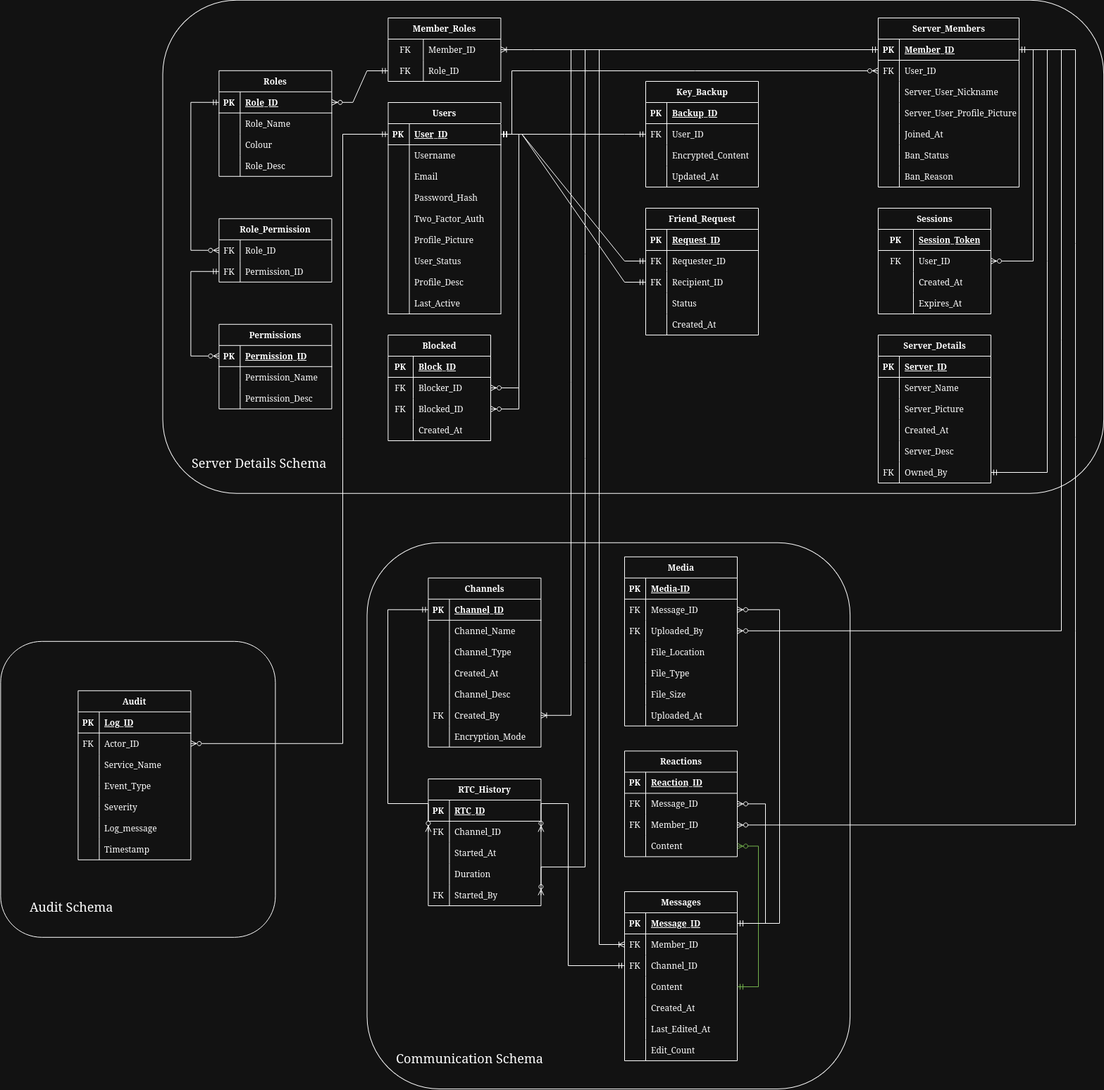
This is Design/Architecture/Images/BackendERDiagram.png from Mx-Angel/ConnText-Docs, a draw.io export, as it was before one commit. Source tidied: cells renumbered, new cells last; positions are measured from the earlier drawing's top-left corner, leaving out a move shared by most shapes.
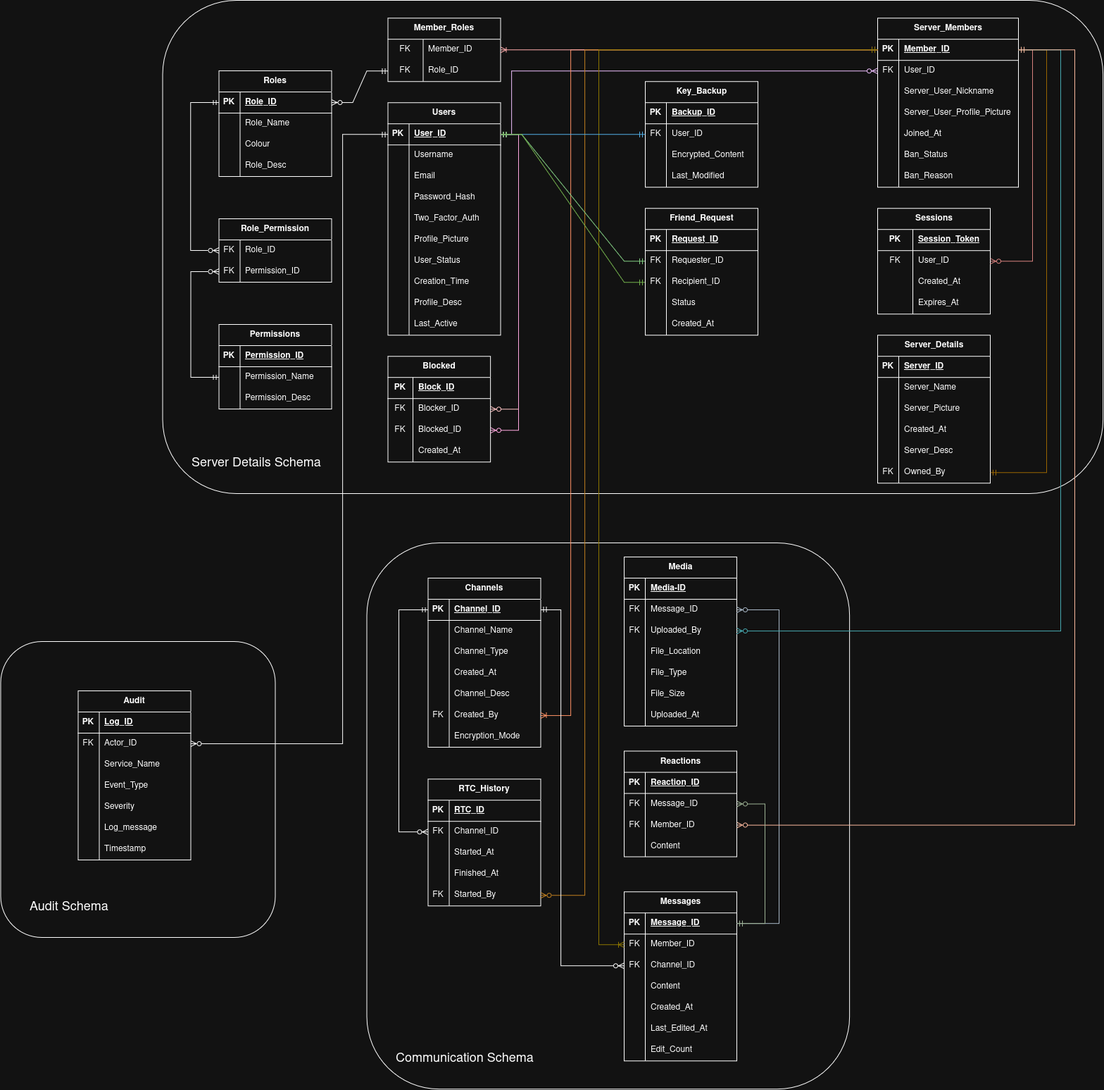
Later version of the same file.

Diff of the diagram source:
```diff
@@ -11,3 +11,3 @@
     <mxCell id="4" value="Users" style="shape=table;startSize=30;rowLines=0;fontStyle=1;align=center;html=1;" parent="1" vertex="1">
-      <mxGeometry x="550.4" y="145" width="160" height="300" as="geometry" />
+      <mxGeometry x="550.4" y="145" width="160" height="330" as="geometry" />
     </mxCell>
@@ -76,4 +76,13 @@
     </mxCell>
+    <mxCell id="306" style="shape=tableRow;horizontal=0;startSize=0;swimlaneHead=0;swimlaneBody=0;fillColor=none;top=0;left=0;right=0;bottom=0;" parent="4" vertex="1">
+      <mxGeometry y="240" width="160" height="30" as="geometry" />
+    </mxCell>
+    <mxCell id="307" style="shape=partialRectangle;fillColor=none;top=0;left=0;bottom=0;right=0;overflow=hidden;whiteSpace=wrap;html=1;" parent="306" vertex="1">
+      <mxGeometry width="30" height="30" as="geometry" />
+    </mxCell>
+    <mxCell id="308" value="Creation_Time" style="shape=partialRectangle;fillColor=none;top=0;left=0;bottom=0;right=0;align=left;spacingLeft=6;overflow=hidden;whiteSpace=wrap;html=1;" parent="306" vertex="1">
+      <mxGeometry x="30" width="130" height="30" as="geometry" />
+    </mxCell>
     <mxCell id="26" style="shape=tableRow;horizontal=0;startSize=0;swimlaneHead=0;swimlaneBody=0;fillColor=none;top=0;left=0;right=0;bottom=0;" parent="4" vertex="1">
-      <mxGeometry y="240" width="160" height="30" as="geometry" />
+      <mxGeometry y="270" width="160" height="30" as="geometry" />
     </mxCell>
@@ -86,3 +95,3 @@
     <mxCell id="29" style="shape=tableRow;horizontal=0;startSize=0;swimlaneHead=0;swimlaneBody=0;fillColor=none;top=0;left=0;right=0;bottom=0;" parent="4" vertex="1">
-      <mxGeometry y="270" width="160" height="30" as="geometry" />
+      <mxGeometry y="300" width="160" height="30" as="geometry" />
     </mxCell>
@@ -160,3 +169,3 @@
     </mxCell>
-    <mxCell id="54" style="edgeStyle=orthogonalEdgeStyle;fontSize=12;html=1;endArrow=ERzeroToMany;startArrow=ERmandOne;rounded=0;exitX=1;exitY=0.5;exitDx=0;exitDy=0;entryX=0;entryY=0.5;entryDx=0;entryDy=0;" parent="1" edge="1" source="5" target="36">
+    <mxCell id="54" style="edgeStyle=orthogonalEdgeStyle;fontSize=12;html=1;endArrow=ERzeroToMany;startArrow=ERmandOne;rounded=0;exitX=1;exitY=0.5;exitDx=0;exitDy=0;entryX=0;entryY=0.5;entryDx=0;entryDy=0;fillColor=#6a00ff;strokeColor=#3700CC;" parent="1" edge="1" source="5" target="36">
       <mxGeometry relative="1" as="geometry">
@@ -225,3 +234,3 @@
     </mxCell>
-    <mxCell id="74" style="edgeStyle=orthogonalEdgeStyle;fontSize=12;html=1;endArrow=ERmandOne;startArrow=ERmandOne;rounded=0;entryX=1;entryY=0.5;entryDx=0;entryDy=0;exitX=1;exitY=0.5;exitDx=0;exitDy=0;" parent="1" edge="1" source="33" target="71">
+    <mxCell id="74" style="edgeStyle=orthogonalEdgeStyle;fontSize=12;html=1;endArrow=ERmandOne;startArrow=ERmandOne;rounded=0;entryX=1;entryY=0.5;entryDx=0;entryDy=0;exitX=1;exitY=0.5;exitDx=0;exitDy=0;fillColor=#ffcd28;strokeColor=#d79b00;gradientColor=#ffa500;" parent="1" edge="1" source="33" target="71">
       <mxGeometry relative="1" as="geometry">
@@ -272,3 +281,3 @@
     </mxCell>
-    <mxCell id="88" style="edgeStyle=orthogonalEdgeStyle;fontSize=12;html=1;endArrow=ERzeroToMany;startArrow=ERmandOne;rounded=0;exitX=1;exitY=0.5;exitDx=0;exitDy=0;entryX=1;entryY=0.5;entryDx=0;entryDy=0;" parent="1" edge="1" source="33" target="79">
+    <mxCell id="88" style="edgeStyle=orthogonalEdgeStyle;fontSize=12;html=1;endArrow=ERzeroToMany;startArrow=ERmandOne;rounded=0;exitX=1;exitY=0.5;exitDx=0;exitDy=0;entryX=1;entryY=0.5;entryDx=0;entryDy=0;fillColor=#f8cecc;gradientColor=#ea6b66;strokeColor=#b85450;" parent="1" edge="1" source="33" target="79">
       <mxGeometry relative="1" as="geometry">
@@ -346,3 +355,3 @@
     </mxCell>
-    <mxCell id="111" style="edgeStyle=orthogonalEdgeStyle;fontSize=12;html=1;endArrow=ERoneToMany;startArrow=ERmandOne;rounded=0;entryX=1;entryY=0.5;entryDx=0;entryDy=0;exitX=0;exitY=0.5;exitDx=0;exitDy=0;endFill=0;" parent="1" edge="1" source="33" target="105">
+    <mxCell id="111" style="edgeStyle=orthogonalEdgeStyle;fontSize=12;html=1;endArrow=ERoneToMany;startArrow=ERmandOne;rounded=0;entryX=1;entryY=0.5;entryDx=0;entryDy=0;exitX=0;exitY=0.5;exitDx=0;exitDy=0;endFill=0;fillColor=#fa6800;strokeColor=#C73500;" parent="1" edge="1" source="33" target="105">
       <mxGeometry relative="1" as="geometry">
@@ -465,3 +474,3 @@
     </mxCell>
-    <mxCell id="149" style="edgeStyle=orthogonalEdgeStyle;fontSize=12;html=1;endArrow=ERoneToMany;startArrow=ERmandOne;rounded=0;exitX=0;exitY=0.5;exitDx=0;exitDy=0;entryX=1;entryY=0.5;entryDx=0;entryDy=0;endFill=0;" parent="1" edge="1" source="33" target="136">
+    <mxCell id="149" style="edgeStyle=orthogonalEdgeStyle;fontSize=12;html=1;endArrow=ERoneToMany;startArrow=ERmandOne;rounded=0;exitX=0;exitY=0.5;exitDx=0;exitDy=0;entryX=1;entryY=0.5;entryDx=0;entryDy=0;endFill=0;fillColor=#e51400;strokeColor=#B20000;" parent="1" edge="1" source="33" target="136">
       <mxGeometry relative="1" as="geometry">
@@ -484,10 +493,2 @@
     </mxCell>
-    <mxCell id="152" style="edgeStyle=orthogonalEdgeStyle;fontSize=12;html=1;endArrow=ERzeroToMany;startArrow=ERmandOne;rounded=0;entryX=0;entryY=0.5;entryDx=0;entryDy=0;exitX=0;exitY=0.5;exitDx=0;exitDy=0;endFill=0;" parent="1" edge="1" source="146" target="126">
-      <mxGeometry relative="1" as="geometry">
-        <Array as="points">
-          <mxPoint x="270.4" y="384.8" />
-          <mxPoint x="270.4" y="504.8" />
-        </Array>
-      </mxGeometry>
-    </mxCell>
     <mxCell id="153" value="RTC_History" style="shape=table;startSize=30;rowLines=0;fontStyle=1;align=center;html=1;" parent="1" vertex="1">
@@ -528,3 +529,3 @@
     </mxCell>
-    <mxCell id="165" value="Duration" style="shape=partialRectangle;fillColor=none;top=0;left=0;bottom=0;right=0;align=left;spacingLeft=6;overflow=hidden;whiteSpace=wrap;html=1;" parent="163" vertex="1">
+    <mxCell id="165" value="Finished_At" style="shape=partialRectangle;fillColor=none;top=0;left=0;bottom=0;right=0;align=left;spacingLeft=6;overflow=hidden;whiteSpace=wrap;html=1;" parent="163" vertex="1">
       <mxGeometry x="30" width="130" height="30" as="geometry" />
@@ -543,4 +544,4 @@
         <Array as="points">
-          <mxPoint x="550" y="865" />
-          <mxPoint x="550" y="1140" />
+          <mxPoint x="566" y="864.9" />
+          <mxPoint x="566" y="1180.1" />
         </Array>
@@ -548,3 +549,3 @@
     </mxCell>
-    <mxCell id="170" style="edgeStyle=orthogonalEdgeStyle;fontSize=12;html=1;endArrow=ERzeroToMany;startArrow=ERmandOne;rounded=0;entryX=1;entryY=0.5;entryDx=0;entryDy=0;exitX=0;exitY=0.5;exitDx=0;exitDy=0;endFill=0;" parent="1" edge="1" source="33" target="166">
+    <mxCell id="170" style="edgeStyle=orthogonalEdgeStyle;fontSize=12;html=1;endArrow=ERzeroToMany;startArrow=ERmandOne;rounded=0;entryX=1;entryY=0.5;entryDx=0;entryDy=0;exitX=0;exitY=0.5;exitDx=0;exitDy=0;endFill=0;fillColor=#f0a30a;strokeColor=#BD7000;" parent="1" edge="1" source="33" target="166">
       <mxGeometry relative="1" as="geometry">
@@ -552,3 +553,3 @@
           <mxPoint x="830" y="70" />
-          <mxPoint x="830" y="1230" />
+          <mxPoint x="830" y="1270" />
         </Array>
@@ -622,3 +623,3 @@
     </mxCell>
-    <mxCell id="193" style="edgeStyle=orthogonalEdgeStyle;fontSize=12;html=1;endArrow=ERoneToMany;startArrow=ERmandOne;rounded=0;entryX=0;entryY=0.5;entryDx=0;entryDy=0;exitX=0;exitY=0.5;exitDx=0;exitDy=0;endFill=0;" parent="1" edge="1" source="33" target="175">
+    <mxCell id="193" style="edgeStyle=orthogonalEdgeStyle;fontSize=12;html=1;endArrow=ERoneToMany;startArrow=ERmandOne;rounded=0;entryX=0;entryY=0.5;entryDx=0;entryDy=0;exitX=0;exitY=0.5;exitDx=0;exitDy=0;endFill=0;fillColor=#e3c800;strokeColor=#B09500;" parent="1" edge="1" source="33" target="175">
       <mxGeometry relative="1" as="geometry">
@@ -630,7 +631,7 @@
     </mxCell>
-    <mxCell id="194" style="edgeStyle=orthogonalEdgeStyle;rounded=0;jettySize=auto;html=1;entryX=1;entryY=0.5;entryDx=0;entryDy=0;startArrow=ERmandOne;startFill=0;endArrow=ERzeroToMany;endFill=0;exitX=0;exitY=0.5;exitDx=0;exitDy=0;" parent="1" edge="1" source="178" target="157">
+    <mxCell id="194" style="edgeStyle=orthogonalEdgeStyle;rounded=0;jettySize=auto;html=1;entryX=0;entryY=0.5;entryDx=0;entryDy=0;startArrow=ERmandOne;startFill=0;endArrow=ERzeroToMany;endFill=0;exitX=1;exitY=0.5;exitDx=0;exitDy=0;" parent="1" edge="1" source="90" target="178">
       <mxGeometry relative="1" as="geometry">
         <Array as="points">
-          <mxPoint x="806" y="1370" />
-          <mxPoint x="806" y="1140" />
+          <mxPoint x="796" y="864.8" />
+          <mxPoint x="796" y="1370" />
         </Array>
@@ -704,3 +705,3 @@
     </mxCell>
-    <mxCell id="217" style="edgeStyle=orthogonalEdgeStyle;rounded=0;jettySize=auto;html=1;exitX=1;exitY=0.5;exitDx=0;exitDy=0;entryX=1;entryY=0.5;entryDx=0;entryDy=0;endArrow=ERzeroToMany;endFill=0;startArrow=ERmandOne;startFill=0;" parent="1" edge="1" source="172" target="199">
+    <mxCell id="217" style="edgeStyle=orthogonalEdgeStyle;rounded=0;jettySize=auto;html=1;exitX=1;exitY=0.5;exitDx=0;exitDy=0;entryX=1;entryY=0.5;entryDx=0;entryDy=0;endArrow=ERzeroToMany;endFill=0;startArrow=ERmandOne;startFill=0;fillColor=#647687;strokeColor=#314354;" parent="1" edge="1" source="172" target="199">
       <mxGeometry relative="1" as="geometry">
@@ -712,3 +713,3 @@
     </mxCell>
-    <mxCell id="218" style="edgeStyle=orthogonalEdgeStyle;rounded=0;jettySize=auto;html=1;exitX=1;exitY=0.5;exitDx=0;exitDy=0;entryX=1;entryY=0.5;entryDx=0;entryDy=0;endArrow=ERzeroToMany;endFill=0;startArrow=ERmandOne;startFill=0;" parent="1" edge="1" source="33" target="202">
+    <mxCell id="218" style="edgeStyle=orthogonalEdgeStyle;rounded=0;jettySize=auto;html=1;exitX=1;exitY=0.5;exitDx=0;exitDy=0;entryX=1;entryY=0.5;entryDx=0;entryDy=0;endArrow=ERzeroToMany;endFill=0;startArrow=ERmandOne;startFill=0;fillColor=#b0e3e6;strokeColor=#0e8088;" parent="1" edge="1" source="33" target="202">
       <mxGeometry relative="1" as="geometry">
@@ -836,11 +837,3 @@
     </mxCell>
-    <mxCell id="256" style="edgeStyle=orthogonalEdgeStyle;rounded=0;jettySize=auto;html=1;exitX=1;exitY=0.5;exitDx=0;exitDy=0;entryX=1;entryY=0.5;entryDx=0;entryDy=0;endArrow=ERzeroToMany;endFill=0;startArrow=ERmandOne;startFill=0;fillColor=#60a917;strokeColor=#2D7600;" parent="1" edge="1" source="181" target="253">
-      <mxGeometry relative="1" as="geometry">
-        <Array as="points">
-          <mxPoint x="1076" y="1400" />
-          <mxPoint x="1076" y="1200" />
-        </Array>
-      </mxGeometry>
-    </mxCell>
-    <mxCell id="257" style="edgeStyle=orthogonalEdgeStyle;rounded=0;jettySize=auto;html=1;entryX=1;entryY=0.5;entryDx=0;entryDy=0;endArrow=ERzeroToMany;endFill=0;startArrow=ERmandOne;startFill=0;exitX=1;exitY=0.5;exitDx=0;exitDy=0;" parent="1" edge="1" source="33" target="250">
+    <mxCell id="257" style="edgeStyle=orthogonalEdgeStyle;rounded=0;jettySize=auto;html=1;entryX=1;entryY=0.5;entryDx=0;entryDy=0;endArrow=ERzeroToMany;endFill=0;startArrow=ERmandOne;startFill=0;exitX=1;exitY=0.5;exitDx=0;exitDy=0;fillColor=#a0522d;strokeColor=#6D1F00;" parent="1" edge="1" source="33" target="250">
       <mxGeometry relative="1" as="geometry">
@@ -852,3 +845,3 @@
     </mxCell>
-    <mxCell id="258" style="edgeStyle=orthogonalEdgeStyle;rounded=0;jettySize=auto;html=1;exitX=1;exitY=0.5;exitDx=0;exitDy=0;entryX=1;entryY=0.5;entryDx=0;entryDy=0;endArrow=ERzeroToMany;endFill=0;startArrow=ERmandOne;startFill=0;" parent="1" edge="1" source="172" target="247">
+    <mxCell id="258" style="edgeStyle=orthogonalEdgeStyle;rounded=0;jettySize=auto;html=1;exitX=1;exitY=0.5;exitDx=0;exitDy=0;entryX=1;entryY=0.5;entryDx=0;entryDy=0;endArrow=ERzeroToMany;endFill=0;startArrow=ERmandOne;startFill=0;fillColor=#6d8764;strokeColor=#3A5431;" parent="1" edge="1" source="172" target="247">
       <mxGeometry relative="1" as="geometry">
@@ -861,3 +854,3 @@
     <mxCell id="259" value="Blocked" style="shape=table;startSize=30;rowLines=0;fontStyle=1;align=center;html=1;" parent="1" vertex="1">
-      <mxGeometry x="550.4" y="475" width="145.6" height="150" as="geometry" />
+      <mxGeometry x="550.4" y="505" width="145.6" height="150" as="geometry" />
     </mxCell>
@@ -899,3 +892,3 @@
     </mxCell>
-    <mxCell id="272" style="edgeStyle=orthogonalEdgeStyle;fontSize=12;html=1;endArrow=ERzeroToMany;startArrow=ERmandOne;rounded=0;exitX=1;exitY=0.5;exitDx=0;exitDy=0;entryX=1;entryY=0.5;entryDx=0;entryDy=0;" parent="1" edge="1" source="5" target="263">
+    <mxCell id="272" style="edgeStyle=orthogonalEdgeStyle;fontSize=12;html=1;endArrow=ERzeroToMany;startArrow=ERmandOne;rounded=0;exitX=1;exitY=0.5;exitDx=0;exitDy=0;entryX=1;entryY=0.5;entryDx=0;entryDy=0;fillColor=#a20025;strokeColor=#6F0000;" parent="1" edge="1" source="5" target="263">
       <mxGeometry relative="1" as="geometry">
@@ -903,3 +896,3 @@
           <mxPoint x="736" y="190" />
-          <mxPoint x="736" y="550" />
+          <mxPoint x="736" y="580" />
         </Array>
@@ -907,3 +900,3 @@
     </mxCell>
-    <mxCell id="273" style="edgeStyle=orthogonalEdgeStyle;fontSize=12;html=1;endArrow=ERzeroToMany;startArrow=ERmandOne;rounded=0;exitX=1;exitY=0.5;exitDx=0;exitDy=0;entryX=1;entryY=0.5;entryDx=0;entryDy=0;" parent="1" edge="1" source="5" target="266">
+    <mxCell id="273" style="edgeStyle=orthogonalEdgeStyle;fontSize=12;html=1;endArrow=ERzeroToMany;startArrow=ERmandOne;rounded=0;exitX=1;exitY=0.5;exitDx=0;exitDy=0;entryX=1;entryY=0.5;entryDx=0;entryDy=0;fillColor=#d80073;strokeColor=#A50040;" parent="1" edge="1" source="5" target="266">
       <mxGeometry relative="1" as="geometry">
@@ -911,3 +904,3 @@
           <mxPoint x="736" y="190" />
-          <mxPoint x="736" y="580" />
+          <mxPoint x="736" y="610" />
         </Array>
@@ -951,12 +944,12 @@
     </mxCell>
-    <mxCell id="286" value="Updated_At" style="shape=partialRectangle;fillColor=none;top=0;left=0;bottom=0;right=0;align=left;spacingLeft=6;overflow=hidden;whiteSpace=wrap;html=1;" parent="284" vertex="1">
+    <mxCell id="286" value="Last_Modified" style="shape=partialRectangle;fillColor=none;top=0;left=0;bottom=0;right=0;align=left;spacingLeft=6;overflow=hidden;whiteSpace=wrap;html=1;" parent="284" vertex="1">
       <mxGeometry x="30" width="130" height="30" as="geometry" />
     </mxCell>
-    <mxCell id="287" style="edgeStyle=entityRelationEdgeStyle;fontSize=12;html=1;endArrow=ERmandOne;startArrow=ERmandOne;rounded=0;exitX=1;exitY=0.5;exitDx=0;exitDy=0;entryX=0;entryY=0.5;entryDx=0;entryDy=0;" parent="1" edge="1" source="5" target="278">
+    <mxCell id="287" style="edgeStyle=entityRelationEdgeStyle;fontSize=12;html=1;endArrow=ERmandOne;startArrow=ERmandOne;rounded=0;exitX=1;exitY=0.5;exitDx=0;exitDy=0;entryX=0;entryY=0.5;entryDx=0;entryDy=0;fillColor=#1ba1e2;strokeColor=#006EAF;" parent="1" edge="1" source="5" target="278">
       <mxGeometry relative="1" as="geometry" />
     </mxCell>
-    <mxCell id="288" style="edgeStyle=entityRelationEdgeStyle;fontSize=12;html=1;endArrow=ERmandOne;startArrow=ERmandOne;rounded=0;exitX=1;exitY=0.5;exitDx=0;exitDy=0;entryX=0;entryY=0.5;entryDx=0;entryDy=0;" parent="1" edge="1" source="5" target="294">
+    <mxCell id="288" style="edgeStyle=entityRelationEdgeStyle;fontSize=12;html=1;endArrow=ERmandOne;startArrow=ERmandOne;rounded=0;exitX=1;exitY=0.5;exitDx=0;exitDy=0;entryX=0;entryY=0.5;entryDx=0;entryDy=0;fillColor=#008a00;strokeColor=#005700;" parent="1" edge="1" source="5" target="294">
       <mxGeometry relative="1" as="geometry" />
     </mxCell>
-    <mxCell id="289" style="edgeStyle=entityRelationEdgeStyle;fontSize=12;html=1;endArrow=ERmandOne;startArrow=ERmandOne;rounded=0;exitX=1;exitY=0.5;exitDx=0;exitDy=0;entryX=0;entryY=0.5;entryDx=0;entryDy=0;" parent="1" edge="1" source="5" target="297">
+    <mxCell id="289" style="edgeStyle=entityRelationEdgeStyle;fontSize=12;html=1;endArrow=ERmandOne;startArrow=ERmandOne;rounded=0;exitX=1;exitY=0.5;exitDx=0;exitDy=0;entryX=0;entryY=0.5;entryDx=0;entryDy=0;fillColor=#60a917;strokeColor=#2D7600;" parent="1" edge="1" source="5" target="297">
       <mxGeometry relative="1" as="geometry" />
@@ -1011,2 +1004,10 @@
     </mxCell>
+    <mxCell id="152" style="edgeStyle=orthogonalEdgeStyle;fontSize=12;html=1;endArrow=ERzeroToMany;startArrow=ERmandOne;rounded=0;entryX=0;entryY=0.5;entryDx=0;entryDy=0;endFill=0;exitX=0;exitY=0.5;exitDx=0;exitDy=0;" parent="1" edge="1" source="129" target="146">
+      <mxGeometry relative="1" as="geometry">
+        <Array as="points">
+          <mxPoint x="270.4" y="534.8" />
+          <mxPoint x="270.4" y="384.8" />
+        </Array>
+      </mxGeometry>
+    </mxCell>
   </root>
```
